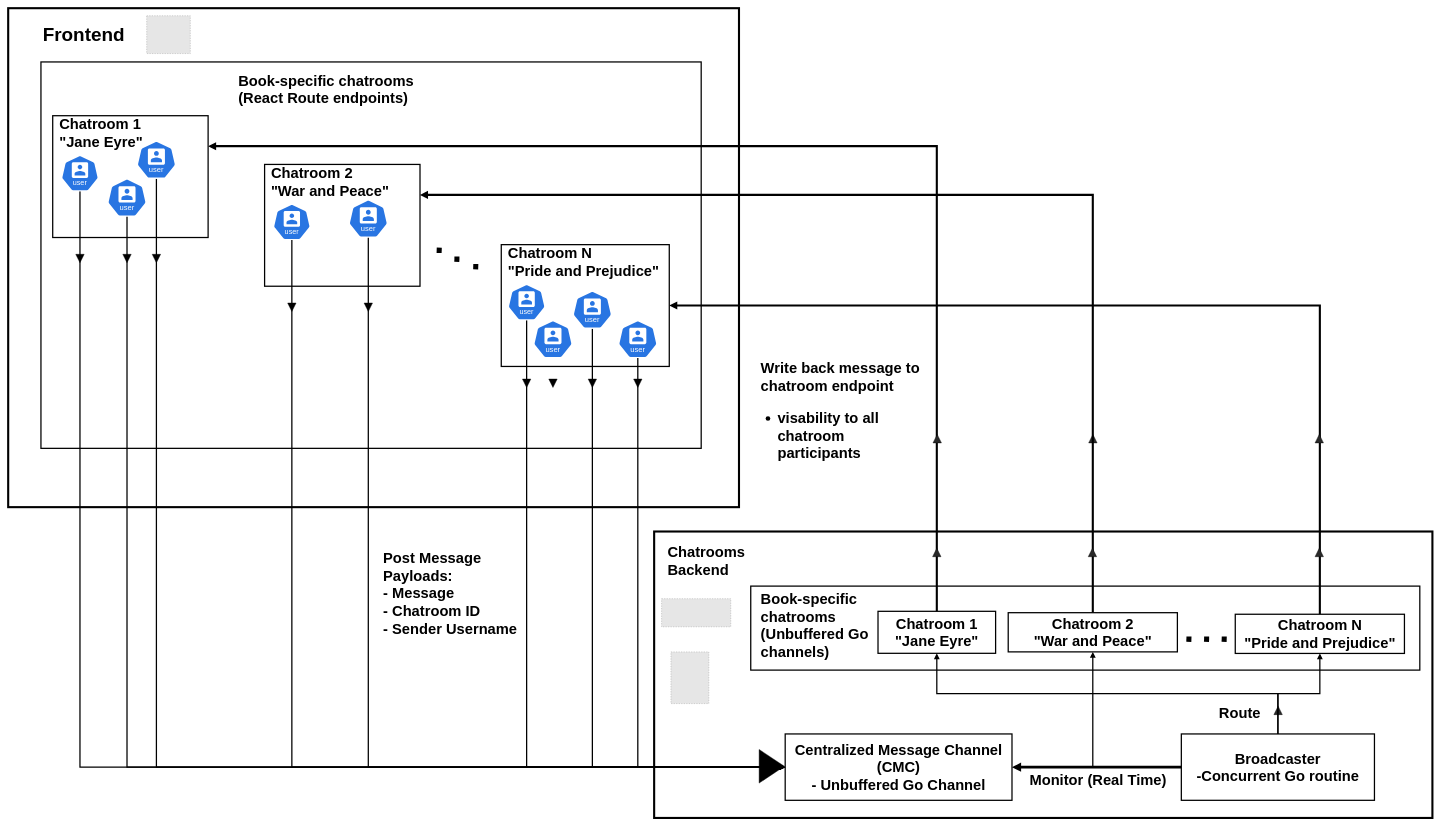
This is docs/ChatroomsArchitecture.drawio from Carnoustie/theinfinitelibrary, a draw.io file, before an edit. Source tidied: cells renumbered, new cells numbered last; positions are measured from the earlier drawing's top-left corner, leaving out a move shared by most shapes. Both pictures are drawn from the tidied source at 42%, with x=0, y=0 at pixel (8, 8). Pictures stored in the file or linked from it are replaced by grey dashed boxes.
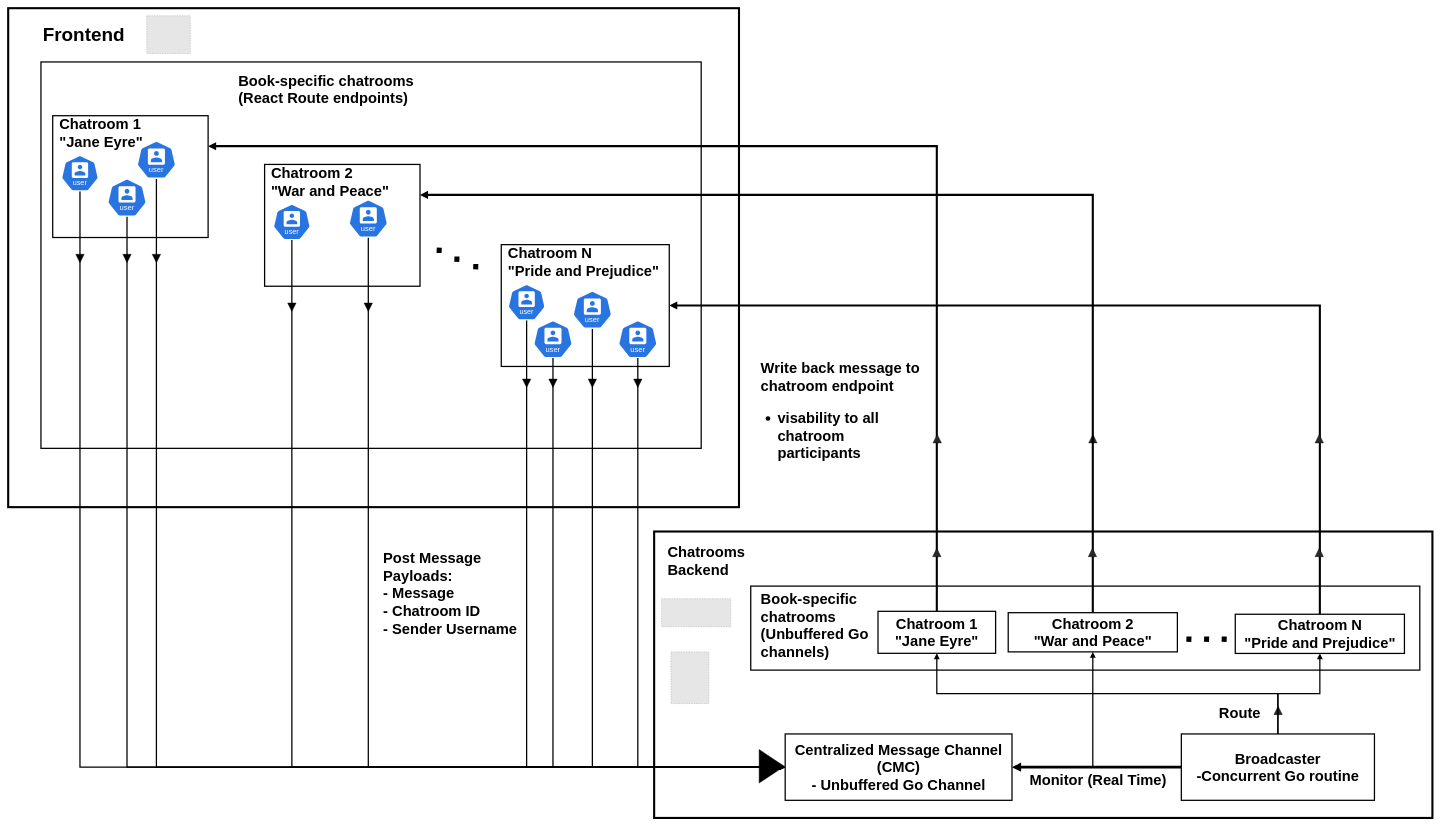
After the change.

Commit message (it also covers changes not shown here):
Chatroom Architecture diagram

The change refers to these unchanged cells:
```xml
<mxCell id="8" value="Centralized Message Channel (CMC)&lt;div&gt;- Unbuffered Go Channel&lt;/div&gt;" style="rounded=0;whiteSpace=wrap;html=1;strokeWidth=3;fontStyle=1;fontSize=35;" parent="1" vertex="1">
  <mxGeometry x="1850" y="1728" width="540" height="158" as="geometry" />
</mxCell>
<mxCell id="46" style="sketch=0;html=1;dashed=0;whitespace=wrap;verticalLabelPosition=bottom;verticalAlign=top;fillColor=#2875E2;strokeColor=#ffffff;points=[[0.005,0.63,0],[0.1,0.2,0],[0.9,0.2,0],[0.5,0,0],[0.995,0.63,0],[0.72,0.99,0],[0.5,1,0],[0.28,0.99,0]];shape=mxgraph.kubernetes.icon2;kubernetesLabel=1;prIcon=user;fontSize=35;" parent="1" vertex="1">
  <mxGeometry x="1250.2" y="743" width="93.8" height="90" as="geometry" />
</mxCell>
```

Change to the diagram source:
```diff
@@
+    <mxCell id="78" style="edgeStyle=orthogonalEdgeStyle;shape=connector;rounded=0;jettySize=auto;html=1;entryX=0;entryY=0.5;entryDx=0;entryDy=0;strokeColor=default;strokeWidth=3;align=center;verticalAlign=middle;fontFamily=Helvetica;fontSize=11;fontColor=default;labelBackgroundColor=default;endArrow=block;endFill=1;exitX=0.5;exitY=1;exitDx=0;exitDy=0;exitPerimeter=0;" parent="1" edge="1" source="46" target="8">
+      <mxGeometry relative="1" as="geometry" />
+    </mxCell>
```
